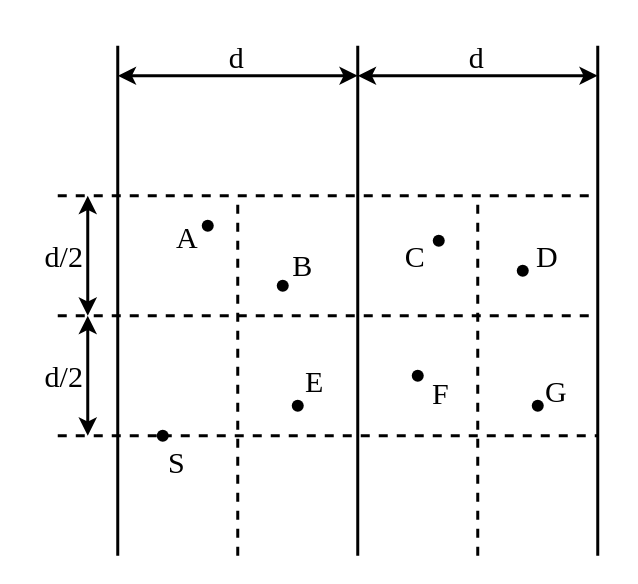
Before: 11/11-3.drawio in Wankupi/figures, a draw.io diagram. Source tidied: cells renumbered, new cells numbered last; positions are measured from the earlier drawing's top-left corner, leaving out a move shared by most shapes. Both pictures are drawn from the tidied source at 150%, with x=0, y=0 at pixel (26, 26).
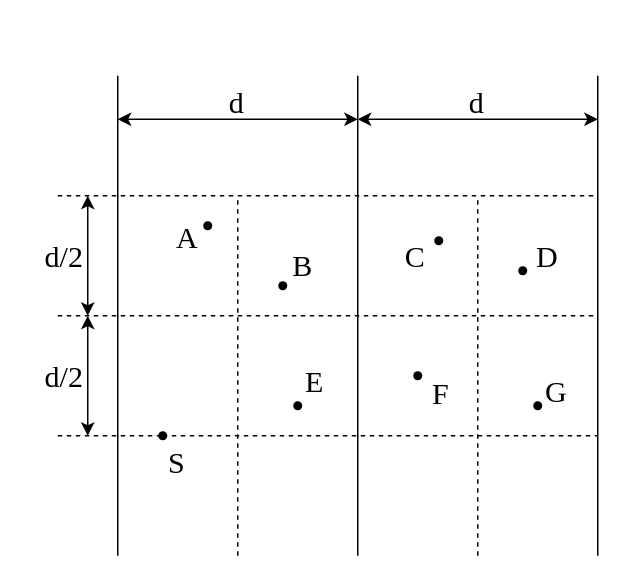
After the change.

What changed in the source:
```diff
@@
-    <mxCell id="2" style="endArrow=none;html=1;rounded=0;strokeWidth=2;" parent="1" edge="1">
+    <mxCell id="2" style="endArrow=none;html=1;rounded=0;strokeWidth=1;" parent="1" edge="1">
       <mxGeometry relative="1" as="geometry">
         <mxPoint x="221" y="353" as="sourcePoint" />
-        <mxPoint x="221" y="13" as="targetPoint" />
+        <mxPoint x="221" y="33" as="targetPoint" />
       </mxGeometry>
     </mxCell>
-    <mxCell id="3" style="endArrow=none;html=1;rounded=0;strokeWidth=2;" parent="1" edge="1">
+    <mxCell id="3" style="endArrow=none;html=1;rounded=0;strokeWidth=1;" parent="1" edge="1">
       <mxGeometry relative="1" as="geometry">
         <mxPoint x="61" y="353" as="sourcePoint" />
-        <mxPoint x="61" y="13" as="targetPoint" />
+        <mxPoint x="61" y="33" as="targetPoint" />
       </mxGeometry>
     </mxCell>
-    <mxCell id="4" style="endArrow=none;html=1;rounded=0;strokeWidth=2;" parent="1" edge="1">
+    <mxCell id="4" style="endArrow=none;html=1;rounded=0;strokeWidth=1;" parent="1" edge="1">
       <mxGeometry relative="1" as="geometry">
         <mxPoint x="381" y="353" as="sourcePoint" />
-        <mxPoint x="381" y="13" as="targetPoint" />
+        <mxPoint x="381" y="33" as="targetPoint" />
       </mxGeometry>
     </mxCell>
-    <mxCell id="5" style="endArrow=none;dashed=1;html=1;rounded=0;strokeWidth=2;" parent="1" edge="1">
+    <mxCell id="5" style="endArrow=none;dashed=1;html=1;rounded=0;strokeWidth=1;" parent="1" edge="1">
       <mxGeometry relative="1" as="geometry">
         <mxPoint x="21" y="113" as="sourcePoint" />
         <mxPoint x="381" y="113" as="targetPoint" />
       </mxGeometry>
     </mxCell>
-    <mxCell id="6" style="endArrow=none;dashed=1;html=1;rounded=0;strokeWidth=2;" parent="1" edge="1">
+    <mxCell id="6" style="endArrow=none;dashed=1;html=1;rounded=0;strokeWidth=1;" parent="1" edge="1">
       <mxGeometry relative="1" as="geometry">
         <mxPoint x="21" y="193" as="sourcePoint" />
         <mxPoint x="381" y="193" as="targetPoint" />
       </mxGeometry>
     </mxCell>
-    <mxCell id="7" style="endArrow=none;dashed=1;html=1;rounded=0;strokeWidth=2;" parent="1" edge="1" source="21">
+    <mxCell id="7" style="endArrow=none;dashed=1;html=1;rounded=0;strokeWidth=1;" parent="1" edge="1" source="21">
       <mxGeometry relative="1" as="geometry">
         <mxPoint x="381" y="273" as="targetPoint" />
       </mxGeometry>
     </mxCell>
-    <mxCell id="8" style="endArrow=none;dashed=1;html=1;rounded=0;strokeWidth=2;" parent="1" edge="1">
+    <mxCell id="8" style="endArrow=none;dashed=1;html=1;rounded=0;strokeWidth=1;" parent="1" edge="1">
       <mxGeometry relative="1" as="geometry">
         <mxPoint x="141" y="353" as="sourcePoint" />
         <mxPoint x="141" y="113" as="targetPoint" />
       </mxGeometry>
     </mxCell>
-    <mxCell id="9" style="endArrow=none;dashed=1;html=1;rounded=0;strokeWidth=2;" parent="1" edge="1">
+    <mxCell id="9" style="endArrow=none;dashed=1;html=1;rounded=0;strokeWidth=1;" parent="1" edge="1">
       <mxGeometry relative="1" as="geometry">
         <mxPoint x="301" y="353" as="sourcePoint" />
         <mxPoint x="301" y="113" as="targetPoint" />
       </mxGeometry>
     </mxCell>
-    <mxCell id="10" style="endArrow=classic;startArrow=classic;html=1;rounded=0;strokeWidth=2;" parent="1" edge="1">
+    <mxCell id="10" style="endArrow=classic;startArrow=classic;html=1;rounded=0;strokeWidth=1;" parent="1" edge="1">
       <mxGeometry relative="1" as="geometry">
-        <mxPoint x="61" y="33" as="sourcePoint" />
-        <mxPoint x="221" y="33" as="targetPoint" />
+        <mxPoint x="61" y="62" as="sourcePoint" />
+        <mxPoint x="221" y="62" as="targetPoint" />
       </mxGeometry>
     </mxCell>
-    <mxCell id="11" style="endArrow=classic;startArrow=classic;html=1;rounded=0;strokeWidth=2;" parent="1" edge="1">
+    <mxCell id="11" style="endArrow=classic;startArrow=classic;html=1;rounded=0;strokeWidth=1;" parent="1" edge="1">
       <mxGeometry relative="1" as="geometry">
-        <mxPoint x="221" y="33" as="sourcePoint" />
-        <mxPoint x="381" y="33" as="targetPoint" />
+        <mxPoint x="221" y="62" as="sourcePoint" />
+        <mxPoint x="381" y="62" as="targetPoint" />
       </mxGeometry>
     </mxCell>
-    <mxCell id="12" value="&lt;font style=&quot;font-size: 20px;&quot; face=&quot;Times New Roman&quot;&gt;d&lt;/font&gt;" style="text;html=1;align=center;verticalAlign=middle;strokeColor=none;fillColor=none;" parent="1" vertex="1">
-      <mxGeometry x="125" width="30" height="40" as="geometry" />
+    <mxCell id="12" value="&lt;font style=&quot;font-size: 20px;&quot; face=&quot;Times New Roman&quot;&gt;d&lt;/font&gt;" style="text;html=1;align=center;verticalAlign=middle;strokeColor=none;fillColor=none;strokeWidth=1;" parent="1" vertex="1">
+      <mxGeometry x="125" y="30" width="30" height="40" as="geometry" />
     </mxCell>
-    <mxCell id="13" value="&lt;font style=&quot;font-size: 20px;&quot; face=&quot;Times New Roman&quot;&gt;d&lt;/font&gt;" style="text;html=1;align=center;verticalAlign=middle;strokeColor=none;fillColor=none;" parent="1" vertex="1">
-      <mxGeometry x="285" width="30" height="40" as="geometry" />
+    <mxCell id="13" value="&lt;font style=&quot;font-size: 20px;&quot; face=&quot;Times New Roman&quot;&gt;d&lt;/font&gt;" style="text;html=1;align=center;verticalAlign=middle;strokeColor=none;fillColor=none;strokeWidth=1;" parent="1" vertex="1">
+      <mxGeometry x="285" y="30" width="30" height="40" as="geometry" />
     </mxCell>
-    <mxCell id="14" style="endArrow=classic;startArrow=classic;html=1;rounded=0;strokeWidth=2;" parent="1" edge="1">
+    <mxCell id="14" style="endArrow=classic;startArrow=classic;html=1;rounded=0;strokeWidth=1;" parent="1" edge="1">
       <mxGeometry relative="1" as="geometry">
         <mxPoint x="41" y="193" as="sourcePoint" />
         <mxPoint x="41" y="113" as="targetPoint" />
       </mxGeometry>
     </mxCell>
-    <mxCell id="15" style="endArrow=classic;startArrow=classic;html=1;rounded=0;strokeWidth=2;" parent="1" edge="1">
+    <mxCell id="15" style="endArrow=classic;startArrow=classic;html=1;rounded=0;strokeWidth=1;" parent="1" edge="1">
       <mxGeometry relative="1" as="geometry">
         <mxPoint x="41" y="273" as="sourcePoint" />
         <mxPoint x="41" y="193" as="targetPoint" />
       </mxGeometry>
     </mxCell>
-    <mxCell id="16" value="&lt;font style=&quot;font-size: 20px;&quot; face=&quot;Times New Roman&quot;&gt;d/2&lt;/font&gt;" style="text;html=1;align=center;verticalAlign=middle;strokeColor=none;fillColor=none;" parent="1" vertex="1">
+    <mxCell id="16" value="&lt;font style=&quot;font-size: 20px;&quot; face=&quot;Times New Roman&quot;&gt;d/2&lt;/font&gt;" style="text;html=1;align=center;verticalAlign=middle;strokeColor=none;fillColor=none;strokeWidth=1;" parent="1" vertex="1">
       <mxGeometry y="133" width="50" height="40" as="geometry" />
     </mxCell>
-    <mxCell id="17" value="&lt;font style=&quot;font-size: 20px;&quot; face=&quot;Times New Roman&quot;&gt;d/2&lt;/font&gt;" style="text;html=1;align=center;verticalAlign=middle;strokeColor=none;fillColor=none;" parent="1" vertex="1">
+    <mxCell id="17" value="&lt;font style=&quot;font-size: 20px;&quot; face=&quot;Times New Roman&quot;&gt;d/2&lt;/font&gt;" style="text;html=1;align=center;verticalAlign=middle;strokeColor=none;fillColor=none;strokeWidth=1;" parent="1" vertex="1">
       <mxGeometry y="213" width="50" height="40" as="geometry" />
     </mxCell>
-    <mxCell id="18" style="shape=waypoint;sketch=0;fillStyle=solid;size=6;fillColor=none;perimeter=centerPerimeter;strokeWidth=2;" parent="1" vertex="1">
+    <mxCell id="18" style="shape=waypoint;sketch=0;fillStyle=solid;size=6;fillColor=none;perimeter=centerPerimeter;strokeWidth=1;" parent="1" vertex="1">
       <mxGeometry x="111" y="123" width="20" height="20" as="geometry" />
     </mxCell>
-    <mxCell id="19" style="shape=waypoint;sketch=0;fillStyle=solid;size=6;fillColor=none;perimeter=centerPerimeter;strokeWidth=2;" parent="1" vertex="1">
+    <mxCell id="19" style="shape=waypoint;sketch=0;fillStyle=solid;size=6;fillColor=none;perimeter=centerPerimeter;strokeWidth=1;" parent="1" vertex="1">
       <mxGeometry x="161" y="163" width="20" height="20" as="geometry" />
     </mxCell>
-    <mxCell id="20" style="endArrow=none;dashed=1;html=1;rounded=0;strokeWidth=2;" parent="1" edge="1" target="21">
+    <mxCell id="20" style="endArrow=none;dashed=1;html=1;rounded=0;strokeWidth=1;" parent="1" edge="1" target="21">
       <mxGeometry relative="1" as="geometry">
         <mxPoint x="21" y="273" as="sourcePoint" />
       </mxGeometry>
     </mxCell>
-    <mxCell id="21" style="shape=waypoint;sketch=0;fillStyle=solid;size=6;points=[];fillColor=none;perimeter=centerPerimeter;snapToPoint=1;strokeWidth=2;" parent="1" vertex="1">
+    <mxCell id="21" style="shape=waypoint;sketch=0;fillStyle=solid;size=6;points=[];fillColor=none;perimeter=centerPerimeter;snapToPoint=1;strokeWidth=1;" parent="1" vertex="1">
       <mxGeometry x="81" y="263" width="20" height="20" as="geometry" />
     </mxCell>
-    <mxCell id="22" style="shape=waypoint;sketch=0;fillStyle=solid;size=6;fillColor=none;perimeter=centerPerimeter;strokeWidth=2;" parent="1" vertex="1">
+    <mxCell id="22" style="shape=waypoint;sketch=0;fillStyle=solid;size=6;fillColor=none;perimeter=centerPerimeter;strokeWidth=1;" parent="1" vertex="1">
       <mxGeometry x="171" y="243" width="20" height="20" as="geometry" />
     </mxCell>
-    <mxCell id="23" style="shape=waypoint;sketch=0;fillStyle=solid;size=6;fillColor=none;perimeter=centerPerimeter;strokeWidth=2;" parent="1" vertex="1">
+    <mxCell id="23" style="shape=waypoint;sketch=0;fillStyle=solid;size=6;fillColor=none;perimeter=centerPerimeter;strokeWidth=1;" parent="1" vertex="1">
       <mxGeometry x="265" y="133" width="20" height="20" as="geometry" />
     </mxCell>
-    <mxCell id="24" style="shape=waypoint;sketch=0;fillStyle=solid;size=6;fillColor=none;perimeter=centerPerimeter;strokeWidth=2;" parent="1" vertex="1">
+    <mxCell id="24" style="shape=waypoint;sketch=0;fillStyle=solid;size=6;fillColor=none;perimeter=centerPerimeter;strokeWidth=1;" parent="1" vertex="1">
       <mxGeometry x="321" y="153" width="20" height="20" as="geometry" />
     </mxCell>
-    <mxCell id="25" style="shape=waypoint;sketch=0;fillStyle=solid;size=6;fillColor=none;perimeter=centerPerimeter;strokeWidth=2;" parent="1" vertex="1">
+    <mxCell id="25" style="shape=waypoint;sketch=0;fillStyle=solid;size=6;fillColor=none;perimeter=centerPerimeter;strokeWidth=1;" parent="1" vertex="1">
       <mxGeometry x="251" y="223" width="20" height="20" as="geometry" />
     </mxCell>
-    <mxCell id="26" style="shape=waypoint;sketch=0;fillStyle=solid;size=6;fillColor=none;perimeter=centerPerimeter;strokeWidth=2;" parent="1" vertex="1">
+    <mxCell id="26" style="shape=waypoint;sketch=0;fillStyle=solid;size=6;fillColor=none;perimeter=centerPerimeter;strokeWidth=1;" parent="1" vertex="1">
       <mxGeometry x="331" y="243" width="20" height="20" as="geometry" />
     </mxCell>
-    <mxCell id="27" value="&lt;font style=&quot;font-size: 20px;&quot; face=&quot;Times New Roman&quot;&gt;A&lt;/font&gt;" style="text;html=1;align=center;verticalAlign=middle;strokeColor=none;fillColor=none;" parent="1" vertex="1">
+    <mxCell id="27" value="&lt;font style=&quot;font-size: 20px;&quot; face=&quot;Times New Roman&quot;&gt;A&lt;/font&gt;" style="text;html=1;align=center;verticalAlign=middle;strokeColor=none;fillColor=none;strokeWidth=1;" parent="1" vertex="1">
       <mxGeometry x="87" y="120" width="40" height="40" as="geometry" />
     </mxCell>
-    <mxCell id="28" value="&lt;font style=&quot;font-size: 20px;&quot; face=&quot;Times New Roman&quot;&gt;B&lt;/font&gt;" style="text;html=1;align=center;verticalAlign=middle;strokeColor=none;fillColor=none;" parent="1" vertex="1">
+    <mxCell id="28" value="&lt;font style=&quot;font-size: 20px;&quot; face=&quot;Times New Roman&quot;&gt;B&lt;/font&gt;" style="text;html=1;align=center;verticalAlign=middle;strokeColor=none;fillColor=none;strokeWidth=1;" parent="1" vertex="1">
       <mxGeometry x="164" y="139" width="40" height="40" as="geometry" />
     </mxCell>
-    <mxCell id="29" value="&lt;font style=&quot;font-size: 20px;&quot; face=&quot;Times New Roman&quot;&gt;C&lt;/font&gt;" style="text;html=1;align=center;verticalAlign=middle;strokeColor=none;fillColor=none;" parent="1" vertex="1">
+    <mxCell id="29" value="&lt;font style=&quot;font-size: 20px;&quot; face=&quot;Times New Roman&quot;&gt;C&lt;/font&gt;" style="text;html=1;align=center;verticalAlign=middle;strokeColor=none;fillColor=none;strokeWidth=1;" parent="1" vertex="1">
       <mxGeometry x="239" y="133" width="40" height="40" as="geometry" />
     </mxCell>
-    <mxCell id="30" value="&lt;font style=&quot;font-size: 20px;&quot; face=&quot;Times New Roman&quot;&gt;D&lt;/font&gt;" style="text;html=1;align=center;verticalAlign=middle;strokeColor=none;fillColor=none;" parent="1" vertex="1">
+    <mxCell id="30" value="&lt;font style=&quot;font-size: 20px;&quot; face=&quot;Times New Roman&quot;&gt;D&lt;/font&gt;" style="text;html=1;align=center;verticalAlign=middle;strokeColor=none;fillColor=none;strokeWidth=1;" parent="1" vertex="1">
       <mxGeometry x="327" y="133" width="40" height="40" as="geometry" />
     </mxCell>
-    <mxCell id="31" value="&lt;font style=&quot;font-size: 20px;&quot; face=&quot;Times New Roman&quot;&gt;E&lt;/font&gt;" style="text;html=1;align=center;verticalAlign=middle;strokeColor=none;fillColor=none;" parent="1" vertex="1">
+    <mxCell id="31" value="&lt;font style=&quot;font-size: 20px;&quot; face=&quot;Times New Roman&quot;&gt;E&lt;/font&gt;" style="text;html=1;align=center;verticalAlign=middle;strokeColor=none;fillColor=none;strokeWidth=1;" parent="1" vertex="1">
       <mxGeometry x="172" y="216" width="40" height="40" as="geometry" />
     </mxCell>
-    <mxCell id="32" value="&lt;font style=&quot;font-size: 20px;&quot; face=&quot;Times New Roman&quot;&gt;F&lt;/font&gt;" style="text;html=1;align=center;verticalAlign=middle;strokeColor=none;fillColor=none;" parent="1" vertex="1">
+    <mxCell id="32" value="&lt;font style=&quot;font-size: 20px;&quot; face=&quot;Times New Roman&quot;&gt;F&lt;/font&gt;" style="text;html=1;align=center;verticalAlign=middle;strokeColor=none;fillColor=none;strokeWidth=1;" parent="1" vertex="1">
       <mxGeometry x="261" y="224" width="30" height="40" as="geometry" />
     </mxCell>
-    <mxCell id="33" value="&lt;font style=&quot;font-size: 20px;&quot; face=&quot;Times New Roman&quot;&gt;G&lt;/font&gt;" style="text;html=1;align=center;verticalAlign=middle;strokeColor=none;fillColor=none;" parent="1" vertex="1">
+    <mxCell id="33" value="&lt;font style=&quot;font-size: 20px;&quot; face=&quot;Times New Roman&quot;&gt;G&lt;/font&gt;" style="text;html=1;align=center;verticalAlign=middle;strokeColor=none;fillColor=none;strokeWidth=1;" parent="1" vertex="1">
       <mxGeometry x="333" y="223" width="40" height="40" as="geometry" />
     </mxCell>
-    <mxCell id="34" value="&lt;font style=&quot;font-size: 20px;&quot; face=&quot;Times New Roman&quot;&gt;S&lt;/font&gt;" style="text;html=1;align=center;verticalAlign=middle;strokeColor=none;fillColor=none;" parent="1" vertex="1">
+    <mxCell id="34" value="&lt;font style=&quot;font-size: 20px;&quot; face=&quot;Times New Roman&quot;&gt;S&lt;/font&gt;" style="text;html=1;align=center;verticalAlign=middle;strokeColor=none;fillColor=none;strokeWidth=1;" parent="1" vertex="1">
       <mxGeometry x="85" y="270" width="30" height="40" as="geometry" />
     </mxCell>
```
